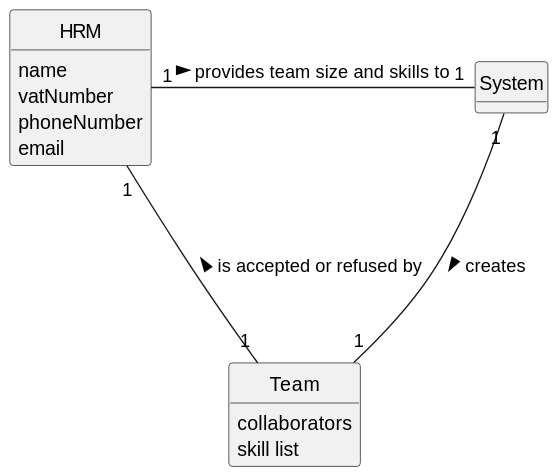
This is docs/sprint3/us005/02.analysis/svg/us005-domain-model.svg from tiagosoa/lei-24-s2-1dgh-g073, a PlantUML export, as it was before one commit. Its diagram source:
```plantuml
@startuml
skinparam monochrome true
skinparam packageStyle rectangle
skinparam shadowing false


skinparam classAttributeIconSize 0

hide circle
hide methods



class HRM {
    name
    vatNumber
    phoneNumber
    email
}

class System {
}

class Team {
    collaborators
    skill list
}


HRM "1" - "1" System : provides team size and skills to >
System "1" --- "1" Team: creates >
Team "1" - "1" HRM : is accepted or refused by >
@enduml
```
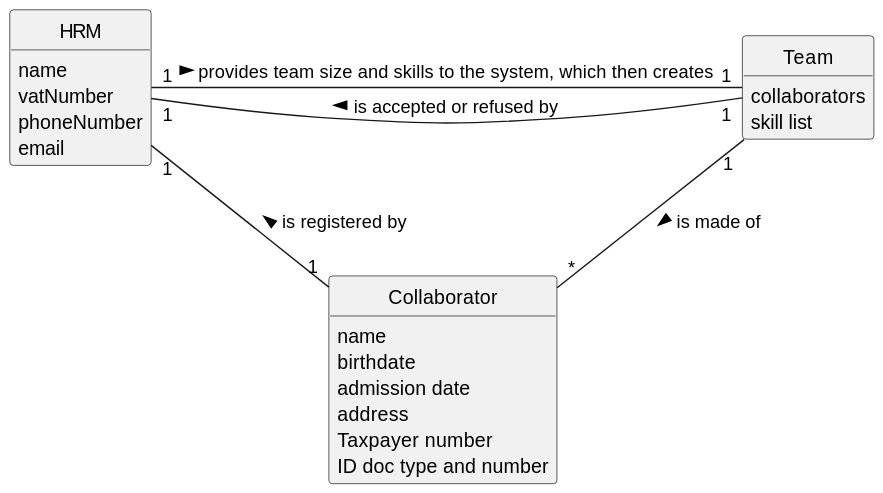
Above is the later version.

Change to the diagram source:
```diff
@@ -18,16 +18,25 @@
     email
 }
 
-class System {
-}
-
 class Team {
     collaborators
     skill list
 }
 
+class Collaborator {
+    name
+    birthdate
+    admission date
+    address
+    contact info (mobile and email)
+    Taxpayer number
+    ID doc type and number
+}
 
-HRM "1" - "1" System : provides team size and skills to >
-System "1" --- "1" Team: creates >
+
+
+HRM "1" - "1" Team: provides team size and skills to the system, which then creates >
+Team "1" -- "*" Collaborator: is made of >
 Team "1" - "1" HRM : is accepted or refused by >
+Collaborator "1" - "1" HRM : is registered by >
 @enduml
```
